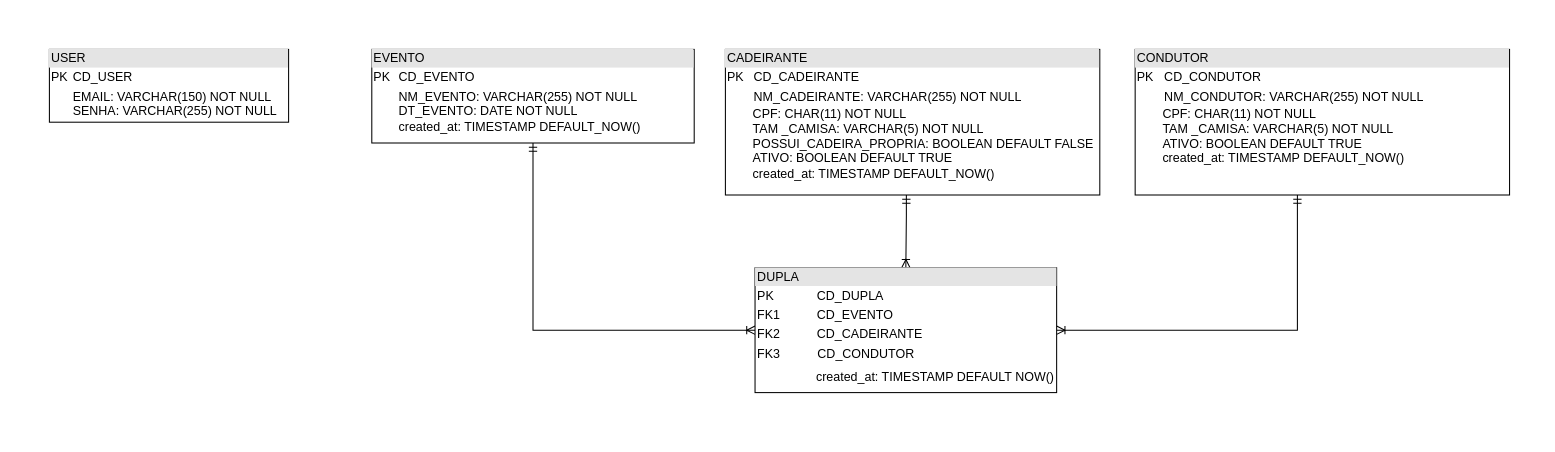
This is RFC/MODELO_DADOS/esquema_bd.drawio from LuizFelipeSchroderMarcon/Pernas_Solidarias, a draw.io file, before an edit. Source tidied: cells renumbered, new cells numbered last; positions are measured from the earlier drawing's top-left corner, leaving out a move shared by most shapes. Both pictures are drawn from the tidied source at 104%, with x=0, y=0 at pixel (49, 49).
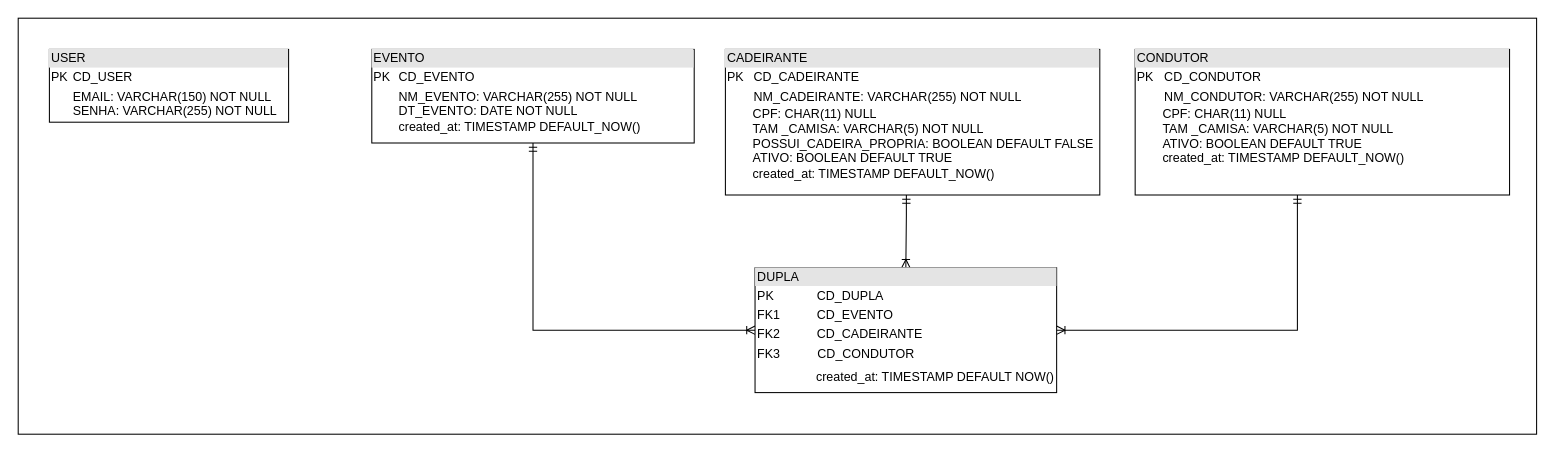
After the change.

Commit message:
Alterando o modelo de dados para não ser mais obrigatório o preenchimento de CPF

Diff of the diagram source:
```diff
@@
 <mxGraphModel>
   <root>
     <mxCell id="0" />
     <mxCell id="1" parent="0" />
+    <mxCell id="12" style="rounded=0;whiteSpace=wrap;html=1;" parent="1" vertex="1">
+      <mxGeometry x="-30" y="-30" width="1460" height="400" as="geometry" />
+    </mxCell>
     <mxCell id="2" value="&lt;div style=&quot;box-sizing: border-box; width: 100%; background: rgb(228, 228, 228); padding: 2px;&quot;&gt;USER&lt;/div&gt;&lt;table style=&quot;width:100%;font-size:1em;&quot; cellpadding=&quot;2&quot; cellspacing=&quot;0&quot;&gt;&lt;tbody&gt;&lt;tr&gt;&lt;td&gt;PK&lt;/td&gt;&lt;td&gt;CD_USER&lt;/td&gt;&lt;/tr&gt;&lt;tr&gt;&lt;td&gt;&lt;/td&gt;&lt;td&gt;EMAIL: VARCHAR(150) NOT NULL&lt;br&gt;SENHA: VARCHAR(255) NOT NULL&lt;/td&gt;&lt;/tr&gt;&lt;/tbody&gt;&lt;/table&gt;" style="verticalAlign=top;align=left;overflow=fill;html=1;whiteSpace=wrap;" parent="1" vertex="1">
       <mxGeometry width="230" height="70" as="geometry" />
     </mxCell>
     <mxCell id="3" style="edgeStyle=orthogonalEdgeStyle;rounded=0;jettySize=auto;html=1;entryX=0;entryY=0.5;entryDx=0;entryDy=0;startArrow=ERmandOne;startFill=0;endArrow=ERoneToMany;endFill=0;" parent="1" edge="1" source="4" target="10">
       <mxGeometry relative="1" as="geometry">
         <Array as="points">
           <mxPoint x="465" y="270" />
         </Array>
       </mxGeometry>
     </mxCell>
     <mxCell id="4" value="&lt;div style=&quot;box-sizing: border-box; width: 100%; background: rgb(228, 228, 228); padding: 2px;&quot;&gt;EVENTO&lt;/div&gt;&lt;table style=&quot;width:100%;font-size:1em;&quot; cellpadding=&quot;2&quot; cellspacing=&quot;0&quot;&gt;&lt;tbody&gt;&lt;tr&gt;&lt;td&gt;PK&lt;/td&gt;&lt;td&gt;CD_EVENTO&lt;/td&gt;&lt;/tr&gt;&lt;tr&gt;&lt;td&gt;&lt;/td&gt;&lt;td&gt;NM_EVENTO: VARCHAR(255) NOT NULL&lt;br&gt;DT_EVENTO: DATE NOT NULL&lt;br&gt;created_at: TIMESTAMP DEFAULT_NOW()&lt;br&gt;&lt;br&gt;&lt;/td&gt;&lt;/tr&gt;&lt;/tbody&gt;&lt;/table&gt;" style="verticalAlign=top;align=left;overflow=fill;html=1;whiteSpace=wrap;" parent="1" vertex="1">
       <mxGeometry x="310" width="310" height="90" as="geometry" />
     </mxCell>
     <mxCell id="5" style="edgeStyle=orthogonalEdgeStyle;rounded=0;jettySize=auto;html=1;entryX=0.5;entryY=0;entryDx=0;entryDy=0;startArrow=ERmandOne;startFill=0;endArrow=ERoneToMany;endFill=0;" parent="1" edge="1" source="6" target="10">
       <mxGeometry relative="1" as="geometry">
         <Array as="points">
           <mxPoint x="824" y="160" />
           <mxPoint x="824" y="160" />
         </Array>
       </mxGeometry>
     </mxCell>
-    <mxCell id="6" value="&lt;div style=&quot;box-sizing: border-box; width: 100%; background: rgb(228, 228, 228); padding: 2px;&quot;&gt;CADEIRANTE&lt;/div&gt;&lt;table style=&quot;width:100%;font-size:1em;&quot; cellpadding=&quot;2&quot; cellspacing=&quot;0&quot;&gt;&lt;tbody&gt;&lt;tr&gt;&lt;td&gt;PK&lt;/td&gt;&lt;td&gt;CD_CADEIRANTE&lt;/td&gt;&lt;/tr&gt;&lt;tr&gt;&lt;td&gt;&lt;/td&gt;&lt;td&gt;NM_CADEIRANTE: VARCHAR(255) NOT NULL&lt;/td&gt;&lt;/tr&gt;&lt;/tbody&gt;&lt;/table&gt;&lt;span style=&quot;white-space: pre;&quot;&gt;&#9;&lt;/span&gt;CPF: CHAR(11) NOT NULL&lt;div&gt;&lt;span style=&quot;white-space: pre;&quot;&gt;&#9;&lt;/span&gt;TAM _CAMISA: VARCHAR(5) NOT NULL&lt;/div&gt;&lt;div&gt;&lt;span style=&quot;white-space: pre;&quot;&gt;&#9;&lt;/span&gt;POSSUI_CADEIRA_PROPRIA: BOOLEAN DEFAULT FALSE&lt;/div&gt;&lt;div&gt;&lt;span style=&quot;white-space: pre;&quot;&gt;&#9;&lt;/span&gt;ATIVO: BOOLEAN DEFAULT TRUE&lt;/div&gt;&lt;div&gt;&lt;span style=&quot;white-space: pre;&quot;&gt;&#9;&lt;/span&gt;created_at: TIMESTAMP DEFAULT_NOW()&lt;br&gt;&lt;div&gt;&lt;span style=&quot;white-space: pre;&quot;&gt;&#9;&lt;/span&gt;&lt;br&gt;&lt;/div&gt;&lt;/div&gt;" style="verticalAlign=top;align=left;overflow=fill;html=1;whiteSpace=wrap;" parent="1" vertex="1">
+    <mxCell id="6" value="&lt;div style=&quot;box-sizing: border-box; width: 100%; background: rgb(228, 228, 228); padding: 2px;&quot;&gt;CADEIRANTE&lt;/div&gt;&lt;table style=&quot;width:100%;font-size:1em;&quot; cellpadding=&quot;2&quot; cellspacing=&quot;0&quot;&gt;&lt;tbody&gt;&lt;tr&gt;&lt;td&gt;PK&lt;/td&gt;&lt;td&gt;CD_CADEIRANTE&lt;/td&gt;&lt;/tr&gt;&lt;tr&gt;&lt;td&gt;&lt;/td&gt;&lt;td&gt;NM_CADEIRANTE: VARCHAR(255) NOT NULL&lt;/td&gt;&lt;/tr&gt;&lt;/tbody&gt;&lt;/table&gt;&lt;span style=&quot;white-space: pre;&quot;&gt;&#9;&lt;/span&gt;CPF: CHAR(11) NULL&lt;div&gt;&lt;span style=&quot;white-space: pre;&quot;&gt;&#9;&lt;/span&gt;TAM _CAMISA: VARCHAR(5) NOT NULL&lt;/div&gt;&lt;div&gt;&lt;span style=&quot;white-space: pre;&quot;&gt;&#9;&lt;/span&gt;POSSUI_CADEIRA_PROPRIA: BOOLEAN DEFAULT FALSE&lt;/div&gt;&lt;div&gt;&lt;span style=&quot;white-space: pre;&quot;&gt;&#9;&lt;/span&gt;ATIVO: BOOLEAN DEFAULT TRUE&lt;/div&gt;&lt;div&gt;&lt;span style=&quot;white-space: pre;&quot;&gt;&#9;&lt;/span&gt;created_at: TIMESTAMP DEFAULT_NOW()&lt;br&gt;&lt;div&gt;&lt;span style=&quot;white-space: pre;&quot;&gt;&#9;&lt;/span&gt;&lt;br&gt;&lt;/div&gt;&lt;/div&gt;" style="verticalAlign=top;align=left;overflow=fill;html=1;whiteSpace=wrap;" parent="1" vertex="1">
       <mxGeometry x="650" width="360" height="140" as="geometry" />
     </mxCell>
     <mxCell id="7" style="edgeStyle=orthogonalEdgeStyle;rounded=0;jettySize=auto;html=1;entryX=1;entryY=0.5;entryDx=0;entryDy=0;startArrow=ERmandOne;startFill=0;endArrow=ERoneToMany;endFill=0;" parent="1" edge="1" source="8" target="10">
       <mxGeometry relative="1" as="geometry">
         <Array as="points">
           <mxPoint x="1200" y="270" />
         </Array>
       </mxGeometry>
     </mxCell>
-    <mxCell id="8" value="&lt;div style=&quot;box-sizing: border-box; width: 100%; background: rgb(228, 228, 228); padding: 2px;&quot;&gt;CONDUTOR&lt;/div&gt;&lt;table style=&quot;width:100%;font-size:1em;&quot; cellpadding=&quot;2&quot; cellspacing=&quot;0&quot;&gt;&lt;tbody&gt;&lt;tr&gt;&lt;td&gt;PK&lt;/td&gt;&lt;td&gt;CD_CONDUTOR&lt;/td&gt;&lt;/tr&gt;&lt;tr&gt;&lt;td&gt;&lt;/td&gt;&lt;td&gt;NM_CONDUTOR: VARCHAR(255) NOT NULL&lt;/td&gt;&lt;/tr&gt;&lt;/tbody&gt;&lt;/table&gt;&lt;span style=&quot;white-space: pre;&quot;&gt;&#9;&lt;/span&gt;CPF: CHAR(11) NOT NULL&lt;div&gt;&lt;span style=&quot;white-space: pre;&quot;&gt;&#9;&lt;/span&gt;TAM _CAMISA: VARCHAR(5) NOT NULL&lt;/div&gt;&lt;div&gt;&lt;span style=&quot;white-space: pre;&quot;&gt;&#9;&lt;/span&gt;ATIVO: BOOLEAN DEFAULT TRUE&lt;/div&gt;&lt;div&gt;&lt;span style=&quot;white-space: pre;&quot;&gt;&#9;&lt;/span&gt;created_at: TIMESTAMP DEFAULT_NOW()&lt;br&gt;&lt;div&gt;&lt;span style=&quot;white-space: pre;&quot;&gt;&#9;&lt;/span&gt;&lt;br&gt;&lt;/div&gt;&lt;/div&gt;" style="verticalAlign=top;align=left;overflow=fill;html=1;whiteSpace=wrap;" parent="1" vertex="1">
+    <mxCell id="8" value="&lt;div style=&quot;box-sizing: border-box; width: 100%; background: rgb(228, 228, 228); padding: 2px;&quot;&gt;CONDUTOR&lt;/div&gt;&lt;table style=&quot;width:100%;font-size:1em;&quot; cellpadding=&quot;2&quot; cellspacing=&quot;0&quot;&gt;&lt;tbody&gt;&lt;tr&gt;&lt;td&gt;PK&lt;/td&gt;&lt;td&gt;CD_CONDUTOR&lt;/td&gt;&lt;/tr&gt;&lt;tr&gt;&lt;td&gt;&lt;/td&gt;&lt;td&gt;NM_CONDUTOR: VARCHAR(255) NOT NULL&lt;/td&gt;&lt;/tr&gt;&lt;/tbody&gt;&lt;/table&gt;&lt;span style=&quot;white-space: pre;&quot;&gt;&#9;&lt;/span&gt;CPF: CHAR(11) NULL&lt;div&gt;&lt;span style=&quot;white-space: pre;&quot;&gt;&#9;&lt;/span&gt;TAM _CAMISA: VARCHAR(5) NOT NULL&lt;/div&gt;&lt;div&gt;&lt;span style=&quot;white-space: pre;&quot;&gt;&#9;&lt;/span&gt;ATIVO: BOOLEAN DEFAULT TRUE&lt;/div&gt;&lt;div&gt;&lt;span style=&quot;white-space: pre;&quot;&gt;&#9;&lt;/span&gt;created_at: TIMESTAMP DEFAULT_NOW()&lt;br&gt;&lt;div&gt;&lt;span style=&quot;white-space: pre;&quot;&gt;&#9;&lt;/span&gt;&lt;br&gt;&lt;/div&gt;&lt;/div&gt;" style="verticalAlign=top;align=left;overflow=fill;html=1;whiteSpace=wrap;" parent="1" vertex="1">
       <mxGeometry x="1044" width="360" height="140" as="geometry" />
     </mxCell>
     <mxCell id="9" style="group;" parent="1" vertex="1">
       <mxGeometry x="678.5" y="210" width="303" height="120" as="geometry" />
     </mxCell>
     <mxCell id="10" value="&lt;div style=&quot;box-sizing: border-box; width: 100%; background: rgb(228, 228, 228); padding: 2px;&quot;&gt;DUPLA&lt;/div&gt;&lt;table style=&quot;width:100%;font-size:1em;&quot; cellpadding=&quot;2&quot; cellspacing=&quot;0&quot;&gt;&lt;tbody&gt;&lt;tr&gt;&lt;td&gt;PK&lt;/td&gt;&lt;td&gt;CD_DUPLA&lt;/td&gt;&lt;/tr&gt;&lt;tr&gt;&lt;td&gt;FK1&lt;/td&gt;&lt;td&gt;CD_EVENTO&lt;br&gt;&lt;/td&gt;&lt;/tr&gt;&lt;tr&gt;&lt;td&gt;FK2&lt;/td&gt;&lt;td&gt;CD_CADEIRANTE&lt;br&gt;&lt;/td&gt;&lt;/tr&gt;&lt;/tbody&gt;&lt;/table&gt;&lt;table cellpadding=&quot;2&quot; cellspacing=&quot;0&quot; style=&quot;font-size: 1em; width: 180px;&quot;&gt;&lt;tbody&gt;&lt;tr&gt;&lt;td&gt;FK3&lt;/td&gt;&lt;td&gt;&amp;nbsp; &amp;nbsp; &amp;nbsp; &amp;nbsp; CD_CONDUTOR&lt;/td&gt;&lt;/tr&gt;&lt;/tbody&gt;&lt;/table&gt;" style="verticalAlign=top;align=left;overflow=fill;html=1;whiteSpace=wrap;" parent="9" vertex="1">
       <mxGeometry width="290" height="120" as="geometry" />
     </mxCell>
     <mxCell id="11" value="created_at: TIMESTAMP DEFAULT NOW()" style="text;html=1;whiteSpace=wrap;strokeColor=none;fillColor=none;align=center;verticalAlign=middle;rounded=0;" parent="9" vertex="1">
       <mxGeometry x="43" y="90" width="260" height="30" as="geometry" />
     </mxCell>
   </root>
 </mxGraphModel>
```
